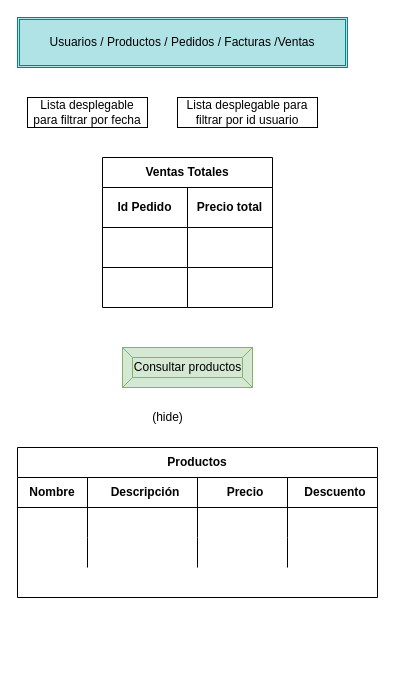
The draw.io diagram page "VentasAdmin" (5 of 9) of ListaCompra.drawio in katacliny/practica, before the edit. Source tidied: cells renumbered, new cells numbered last; positions are measured from the earlier drawing's top-left corner, leaving out a move shared by most shapes. Both pictures are drawn from the tidied source at 100%, with x=0, y=0 at pixel (17, 17).
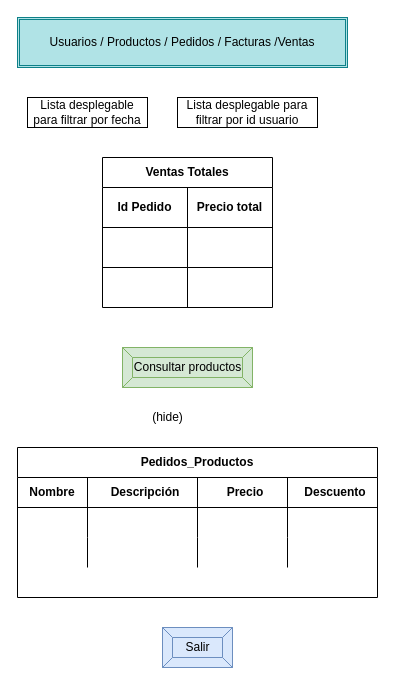
Above is the later version.

Diff of the diagram source:
```diff
@@
-    <mxCell id="15" value="Productos" style="shape=table;html=1;whiteSpace=wrap;startSize=30;childLayout=tableLayout;rowLines=0;fontStyle=1;align=center;" parent="1" vertex="1">
+    <mxCell id="15" value="Pedidos_Productos" style="shape=table;html=1;whiteSpace=wrap;startSize=30;childLayout=tableLayout;rowLines=0;fontStyle=1;align=center;" parent="1" vertex="1">
       <mxGeometry y="430" width="360" height="150" as="geometry" />
     </mxCell>
@@
+    <mxCell id="33" value="Salir" style="labelPosition=center;verticalLabelPosition=middle;align=center;html=1;shape=mxgraph.basic.button;dx=10;fillColor=#dae8fc;strokeColor=#6c8ebf;" parent="1" vertex="1">
+      <mxGeometry x="145" y="610" width="70" height="40" as="geometry" />
+    </mxCell>
```
